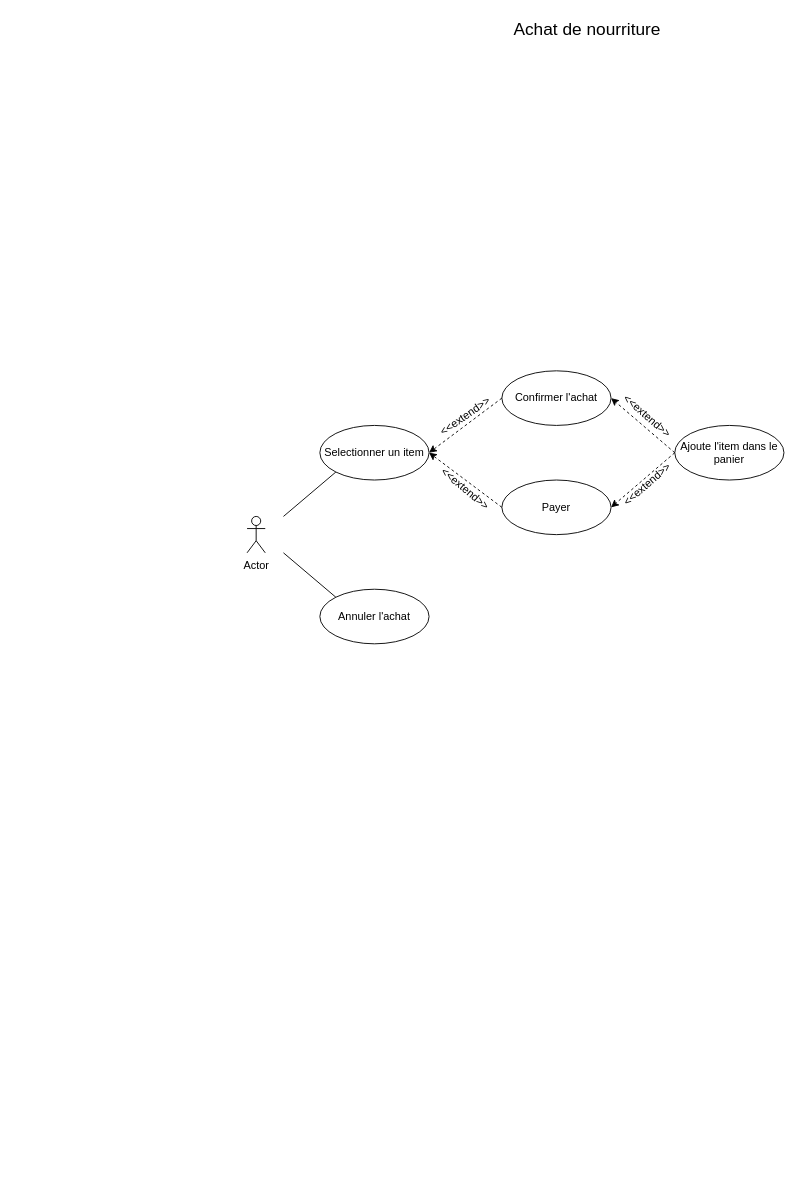
The draw.io diagram page "Page-2" (2 of 2) of DiagramCasUtilisation.drawio in BMaurice56/Tamagotchi, before the edit. Source tidied: cells renumbered, new cells numbered last; positions are measured from the earlier drawing's top-left corner, leaving out a move shared by most shapes. Both pictures are drawn from the tidied source at 91%, with x=0, y=0 at pixel (247, 15).
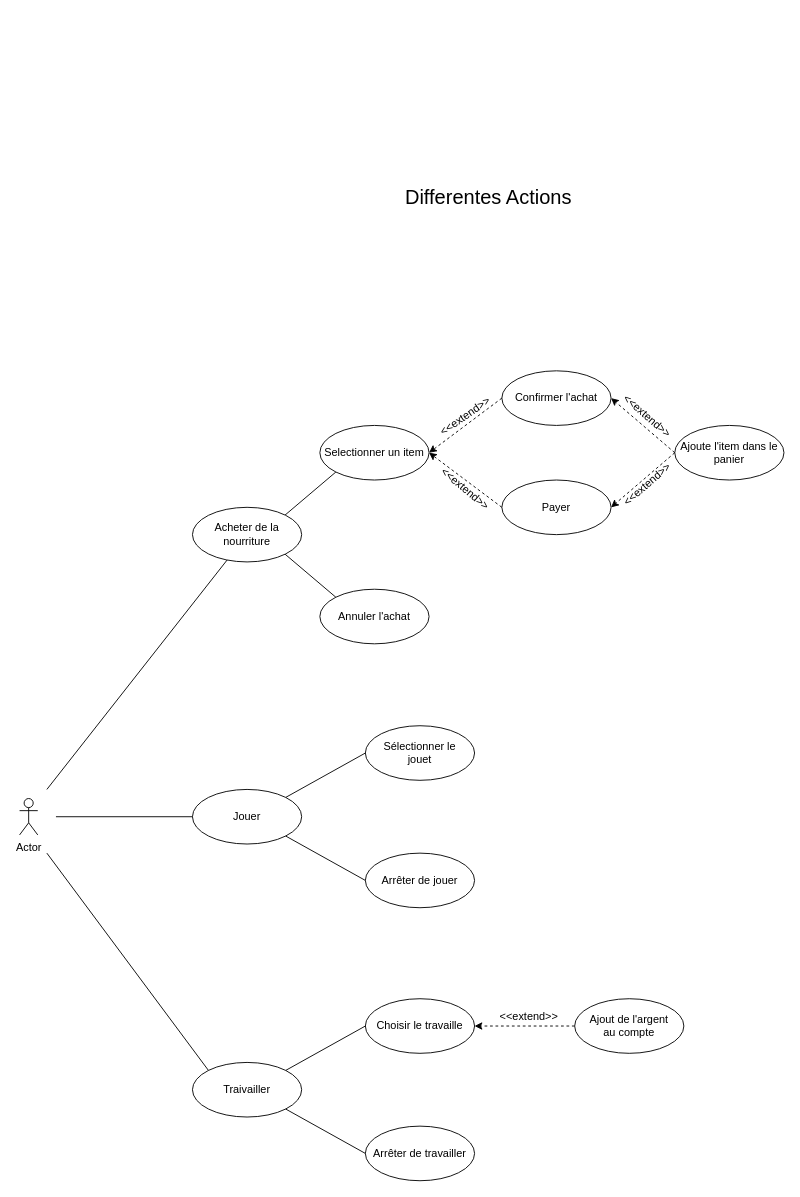
After the change.

Change to the diagram source:
```diff
@@
     <mxCell id="2" value="Actor" style="shape=umlActor;verticalLabelPosition=bottom;verticalAlign=top;html=1;" parent="1" vertex="1">
-      <mxGeometry y="550" width="20" height="40" as="geometry" />
+      <mxGeometry x="-250" y="860" width="20" height="40" as="geometry" />
     </mxCell>
-    <mxCell id="3" value="&lt;font style=&quot;font-size: 19px;&quot;&gt;Achat de nourriture&lt;br&gt;&lt;/font&gt;" style="text;html=1;strokeColor=none;fillColor=none;align=center;verticalAlign=middle;whiteSpace=wrap;rounded=0;" parent="1" vertex="1">
-      <mxGeometry x="244" width="260" height="30" as="geometry" />
-    </mxCell>
@@
+    <mxCell id="19" value="&lt;div&gt;Acheter de la &lt;br&gt;&lt;/div&gt;&lt;div&gt;nourriture&lt;br&gt;&lt;/div&gt;" style="ellipse;whiteSpace=wrap;html=1;" parent="1" vertex="1">
+      <mxGeometry x="-60" y="540" width="120" height="60" as="geometry" />
+    </mxCell>
+    <mxCell id="20" value="Traivailler" style="ellipse;whiteSpace=wrap;html=1;" parent="1" vertex="1">
+      <mxGeometry x="-60" y="1150" width="120" height="60" as="geometry" />
+    </mxCell>
+    <mxCell id="21" value="Jouer" style="ellipse;whiteSpace=wrap;html=1;" parent="1" vertex="1">
+      <mxGeometry x="-60" y="850" width="120" height="60" as="geometry" />
+    </mxCell>
+    <mxCell id="22" value="&lt;font style=&quot;font-size: 22px;&quot;&gt;Differentes Actions&lt;br&gt;&lt;/font&gt;" style="text;html=1;align=center;verticalAlign=middle;strokeColor=none;fillColor=none;" parent="1" vertex="1">
+      <mxGeometry x="160" y="180" width="210" height="40" as="geometry" />
+    </mxCell>
+    <mxCell id="23" style="endArrow=none;html=1;rounded=0;" parent="1" edge="1" target="19">
+      <mxGeometry relative="1" as="geometry">
+        <mxPoint x="-220" y="850" as="sourcePoint" />
+      </mxGeometry>
+    </mxCell>
+    <mxCell id="24" style="endArrow=none;html=1;rounded=0;entryX=0;entryY=0.5;entryDx=0;entryDy=0;" parent="1" edge="1" target="21">
+      <mxGeometry relative="1" as="geometry">
+        <mxPoint x="-210" y="880" as="sourcePoint" />
+      </mxGeometry>
+    </mxCell>
+    <mxCell id="25" style="endArrow=none;html=1;rounded=0;exitX=0;exitY=0;exitDx=0;exitDy=0;" parent="1" edge="1" source="20">
+      <mxGeometry relative="1" as="geometry">
+        <mxPoint x="-220" y="920" as="targetPoint" />
+      </mxGeometry>
+    </mxCell>
+    <mxCell id="26" style="endArrow=none;html=1;rounded=0;exitX=1;exitY=0;exitDx=0;exitDy=0;entryX=0;entryY=0.5;entryDx=0;entryDy=0;" parent="1" edge="1" source="21" target="28">
+      <mxGeometry relative="1" as="geometry" />
+    </mxCell>
+    <mxCell id="27" value="Arrêter de jouer" style="ellipse;whiteSpace=wrap;html=1;" parent="1" vertex="1">
+      <mxGeometry x="130" y="920" width="120" height="60" as="geometry" />
+    </mxCell>
+    <mxCell id="28" value="&lt;div&gt;Sélectionner le &lt;br&gt;&lt;/div&gt;&lt;div&gt;jouet&lt;br&gt;&lt;/div&gt;" style="ellipse;whiteSpace=wrap;html=1;" parent="1" vertex="1">
+      <mxGeometry x="130" y="780" width="120" height="60" as="geometry" />
+    </mxCell>
+    <mxCell id="29" style="endArrow=none;html=1;rounded=0;entryX=1;entryY=1;entryDx=0;entryDy=0;exitX=0;exitY=0.5;exitDx=0;exitDy=0;" parent="1" edge="1" source="27" target="21">
+      <mxGeometry relative="1" as="geometry" />
+    </mxCell>
+    <mxCell id="30" value="Arrêter de travailler" style="ellipse;whiteSpace=wrap;html=1;" parent="1" vertex="1">
+      <mxGeometry x="130" y="1220" width="120" height="60" as="geometry" />
+    </mxCell>
+    <mxCell id="31" value="Choisir le travaille" style="ellipse;whiteSpace=wrap;html=1;" parent="1" vertex="1">
+      <mxGeometry x="130" y="1080" width="120" height="60" as="geometry" />
+    </mxCell>
+    <mxCell id="32" style="endArrow=none;html=1;rounded=0;entryX=0;entryY=0.5;entryDx=0;entryDy=0;exitX=1;exitY=0;exitDx=0;exitDy=0;" parent="1" edge="1" source="20" target="31">
+      <mxGeometry relative="1" as="geometry" />
+    </mxCell>
+    <mxCell id="33" style="endArrow=none;html=1;rounded=0;exitX=1;exitY=1;exitDx=0;exitDy=0;entryX=0;entryY=0.5;entryDx=0;entryDy=0;" parent="1" edge="1" source="20" target="30">
+      <mxGeometry relative="1" as="geometry" />
+    </mxCell>
+    <mxCell id="34" style="endArrow=classic;html=1;rounded=0;entryX=1;entryY=0.5;entryDx=0;entryDy=0;exitX=0;exitY=0.5;exitDx=0;exitDy=0;dashed=1;" parent="1" edge="1" source="35" target="31">
+      <mxGeometry relative="1" as="geometry" />
+    </mxCell>
+    <mxCell id="35" value="&lt;div&gt;Ajout de l'argent &lt;br&gt;&lt;/div&gt;&lt;div&gt;au compte&lt;br&gt;&lt;/div&gt;" style="ellipse;whiteSpace=wrap;html=1;" parent="1" vertex="1">
+      <mxGeometry x="360" y="1080" width="120" height="60" as="geometry" />
+    </mxCell>
+    <mxCell id="36" value="&amp;lt;&amp;lt;extend&amp;gt;&amp;gt;" style="text;html=1;strokeColor=none;fillColor=none;align=center;verticalAlign=middle;whiteSpace=wrap;rounded=0;rotation=0;" parent="1" vertex="1">
+      <mxGeometry x="280" y="1080" width="60" height="40" as="geometry" />
+    </mxCell>
```
